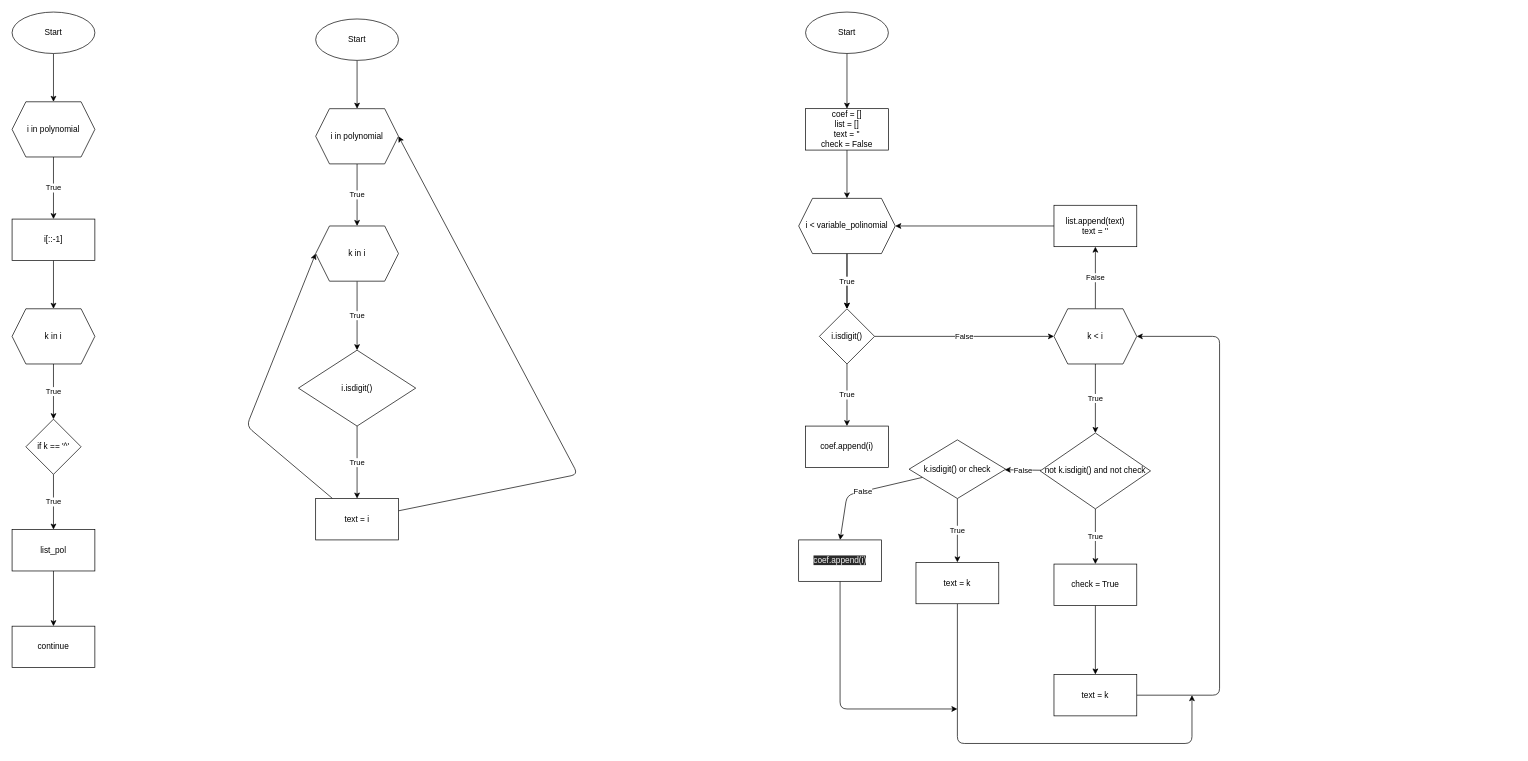
Fostix/GB_Python_Tasks keeps this draw.io diagram as Lesson_5-6/task_34_sum.drawio. Above is the earlier version. Source tidied: cells renumbered, new cells numbered last; positions are measured from the earlier drawing's top-left corner, leaving out a move shared by most shapes. Both pictures are drawn from the tidied source at 69%, with x=0, y=0 at pixel (12, 12).
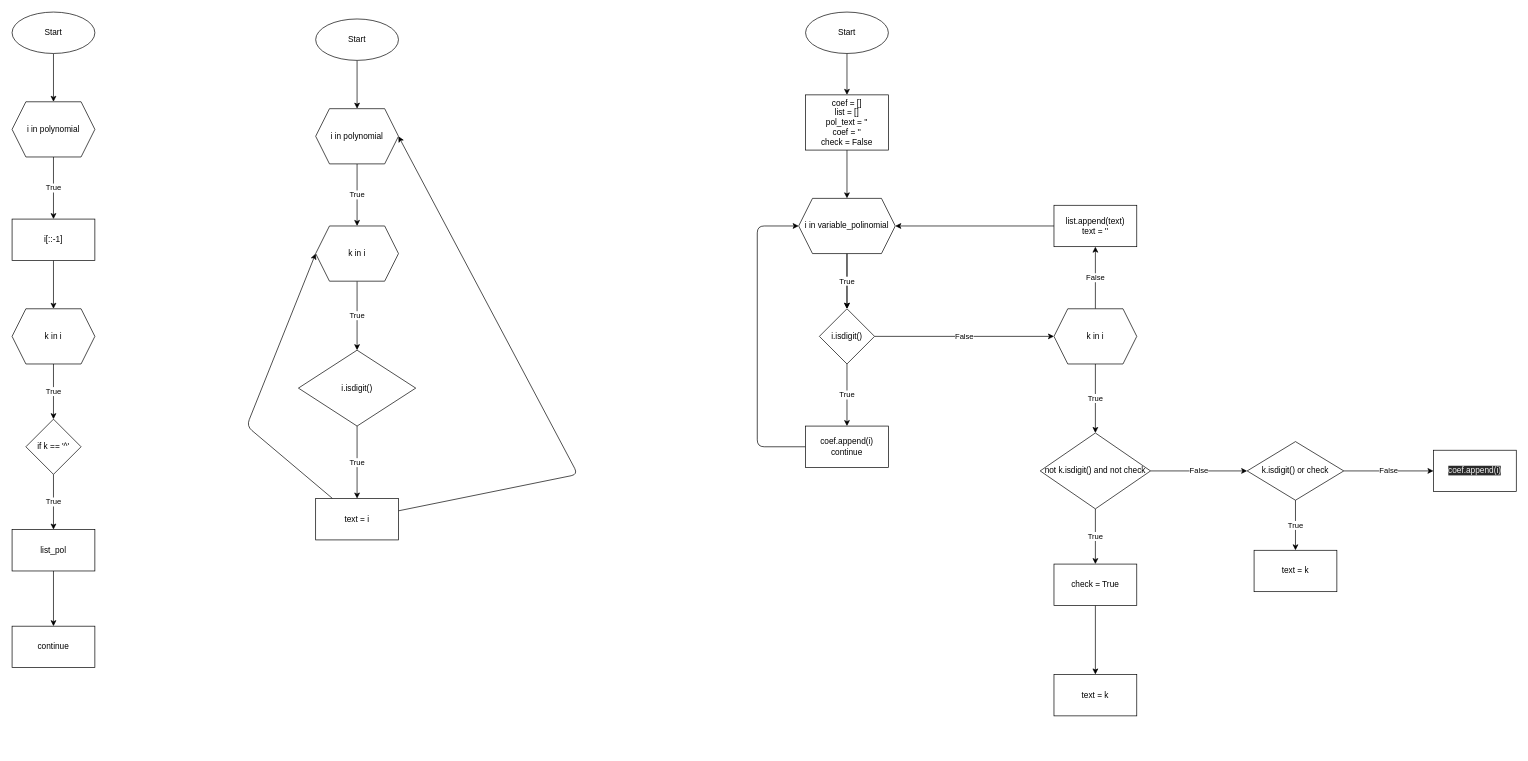
The same page after the edit.

Commit message (it also covers changes not shown here):
maked funcion shares the coeff and polynomial

Unchanged cells that the change refers to:
```xml
<mxCell id="44" value="text = k" style="whiteSpace=wrap;html=1;" parent="1" vertex="1">
  <mxGeometry x="1510" y="960" width="120" height="60" as="geometry" />
</mxCell>
```

The edit, as a diff of the source:
```diff
@@
-    <mxCell id="29" value="coef = []&lt;br&gt;list = []&lt;br&gt;text = ''&lt;br&gt;check = False" style="whiteSpace=wrap;html=1;" parent="1" vertex="1">
-      <mxGeometry x="1150" y="140" width="120" height="60" as="geometry" />
+    <mxCell id="29" value="coef = []&lt;br&gt;list = []&lt;br&gt;pol_text = ''&lt;br&gt;coef = ''&lt;br&gt;check = False" style="whiteSpace=wrap;html=1;" parent="1" vertex="1">
+      <mxGeometry x="1150" y="120" width="120" height="80" as="geometry" />
     </mxCell>
@@
-    <mxCell id="32" value="i &amp;lt; variable_polinomial" style="shape=hexagon;perimeter=hexagonPerimeter2;whiteSpace=wrap;html=1;fixedSize=1;" parent="1" vertex="1">
+    <mxCell id="32" value="i in variable_polinomial" style="shape=hexagon;perimeter=hexagonPerimeter2;whiteSpace=wrap;html=1;fixedSize=1;" parent="1" vertex="1">
       <mxGeometry x="1140" y="270" width="140" height="80" as="geometry" />
     </mxCell>
@@
+    <mxCell id="56" style="edgeStyle=none;html=1;entryX=0;entryY=0.5;entryDx=0;entryDy=0;" parent="1" edge="1" source="36" target="32">
+      <mxGeometry relative="1" as="geometry">
+        <Array as="points">
+          <mxPoint x="1080" y="630" />
+          <mxPoint x="1080" y="310" />
+        </Array>
+      </mxGeometry>
+    </mxCell>
-    <mxCell id="36" value="coef.append(i)" style="whiteSpace=wrap;html=1;" parent="1" vertex="1">
+    <mxCell id="36" value="coef.append(i)&lt;br&gt;continue" style="whiteSpace=wrap;html=1;" parent="1" vertex="1">
       <mxGeometry x="1150" y="600" width="120" height="60" as="geometry" />
     </mxCell>
@@
-    <mxCell id="39" value="k &amp;lt; i" style="shape=hexagon;perimeter=hexagonPerimeter2;whiteSpace=wrap;html=1;fixedSize=1;" parent="1" vertex="1">
+    <mxCell id="39" value="k in i" style="shape=hexagon;perimeter=hexagonPerimeter2;whiteSpace=wrap;html=1;fixedSize=1;" parent="1" vertex="1">
       <mxGeometry x="1510" y="430" width="120" height="80" as="geometry" />
     </mxCell>
@@
-    <mxCell id="43" style="edgeStyle=none;html=1;entryX=1;entryY=0.5;entryDx=0;entryDy=0;" parent="1" edge="1" source="44" target="39">
-      <mxGeometry relative="1" as="geometry">
-        <Array as="points">
-          <mxPoint x="1750" y="990" />
-          <mxPoint x="1750" y="470" />
-        </Array>
-      </mxGeometry>
-    </mxCell>
@@
-    <mxCell id="48" value="False" style="edgeStyle=none;html=1;entryX=0.5;entryY=0;entryDx=0;entryDy=0;" parent="1" edge="1" source="49" target="55">
+    <mxCell id="48" value="False" style="edgeStyle=none;html=1;entryX=0;entryY=0.5;entryDx=0;entryDy=0;" parent="1" edge="1" source="49" target="55">
       <mxGeometry relative="1" as="geometry">
         <Array as="points">
-          <mxPoint x="1210" y="700" />
+          <mxPoint x="2000" y="665" />
         </Array>
       </mxGeometry>
     </mxCell>
     <mxCell id="49" value="k.isdigit() or check" style="rhombus;whiteSpace=wrap;html=1;" parent="1" vertex="1">
-      <mxGeometry x="1300" y="620" width="140" height="85" as="geometry" />
+      <mxGeometry x="1790" y="622.5" width="140" height="85" as="geometry" />
     </mxCell>
@@
-    <mxCell id="52" style="edgeStyle=none;html=1;" parent="1" edge="1" source="53">
-      <mxGeometry relative="1" as="geometry">
-        <mxPoint x="1710" y="990" as="targetPoint" />
-        <Array as="points">
-          <mxPoint x="1370" y="1060" />
-          <mxPoint x="1710" y="1060" />
-        </Array>
-      </mxGeometry>
-    </mxCell>
     <mxCell id="53" value="text = k" style="whiteSpace=wrap;html=1;" parent="1" vertex="1">
-      <mxGeometry x="1310" y="797.5" width="120" height="60" as="geometry" />
+      <mxGeometry x="1800" y="780" width="120" height="60" as="geometry" />
     </mxCell>
-    <mxCell id="54" style="edgeStyle=none;html=1;" parent="1" edge="1" source="55">
-      <mxGeometry relative="1" as="geometry">
-        <mxPoint x="1370" y="1010" as="targetPoint" />
-        <Array as="points">
-          <mxPoint x="1200" y="1010" />
-        </Array>
-      </mxGeometry>
-    </mxCell>
     <mxCell id="55" value="&#10;&#10;&lt;span style=&quot;color: rgb(240, 240, 240); font-family: helvetica; font-size: 12px; font-style: normal; font-weight: 400; letter-spacing: normal; text-align: center; text-indent: 0px; text-transform: none; word-spacing: 0px; background-color: rgb(42, 42, 42); display: inline; float: none;&quot;&gt;coef.append(i)&lt;/span&gt;&#10;&#10;" style="whiteSpace=wrap;html=1;" parent="1" vertex="1">
-      <mxGeometry x="1140" y="765" width="120" height="60" as="geometry" />
+      <mxGeometry x="2060" y="635" width="120" height="60" as="geometry" />
     </mxCell>
```
